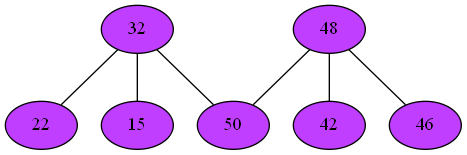
Before: Compiler/9phiGraph.png, a diagram exported from Graphviz (mbajaj92/Project-Astoria). Its source is kept beside it as Compiler/9phiGraph.dot.
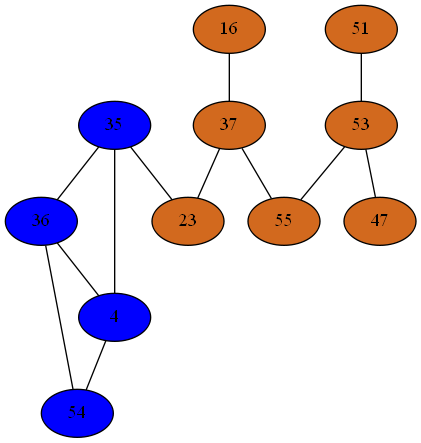
After the change.

Diff of the diagram source:
```diff
@@ -1,21 +1,37 @@
 strict graph {
-32[label="32" style=filled fillcolor="darkorchid1"];
-32 -- 50
-32 -- 22
-32 -- 15
-48[label="48" style=filled fillcolor="darkorchid1"];
-48 -- 50
-48 -- 42
-48 -- 46
-50[label="50" style=filled fillcolor="darkorchid1"];
-50 -- 32
-50 -- 48
-22[label="22" style=filled fillcolor="darkorchid1"];
-22 -- 32
-42[label="42" style=filled fillcolor="darkorchid1"];
-42 -- 48
-46[label="46" style=filled fillcolor="darkorchid1"];
-46 -- 48
-15[label="15" style=filled fillcolor="darkorchid1"];
-15 -- 32
+16[label="16" style=filled fillcolor="chocolate"];
+16 -- 37
+51[label="51" style=filled fillcolor="chocolate"];
+51 -- 53
+35[label="35" style=filled fillcolor="blue1"];
+35 -- 36
+35 -- 4
+35 -- 23
+36[label="36" style=filled fillcolor="blue1"];
+36 -- 35
+36 -- 4
+36 -- 54
+4[label="4" style=filled fillcolor="blue1"];
+4 -- 35
+4 -- 36
+4 -- 54
+37[label="37" style=filled fillcolor="chocolate"];
+37 -- 16
+37 -- 55
+37 -- 23
+53[label="53" style=filled fillcolor="chocolate"];
+53 -- 51
+53 -- 55
+53 -- 47
+54[label="54" style=filled fillcolor="blue1"];
+54 -- 36
+54 -- 4
+55[label="55" style=filled fillcolor="chocolate"];
+55 -- 37
+55 -- 53
+23[label="23" style=filled fillcolor="chocolate"];
+23 -- 35
+23 -- 37
+47[label="47" style=filled fillcolor="chocolate"];
+47 -- 53
 }
```
